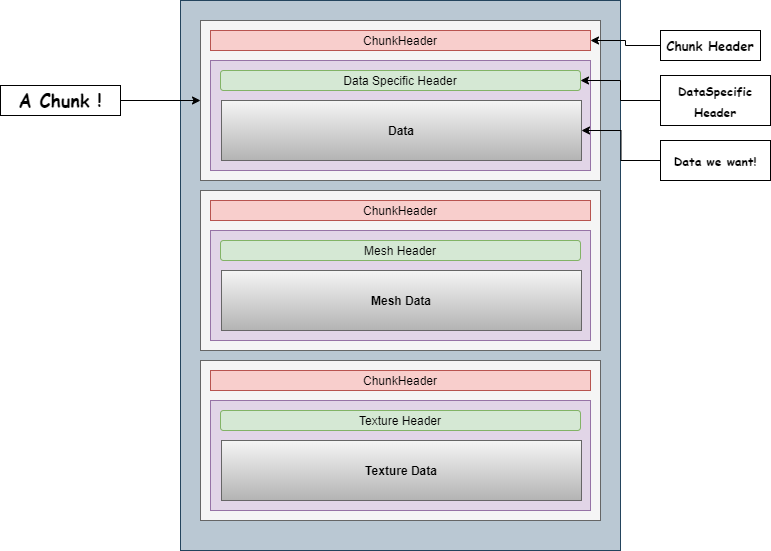
This is images/Yugen/YUGA.png from Erfan-Ahmadi/erfan-ahmadi.github.io, a draw.io export, as it was before one commit. Source tidied: cells renumbered, new cells last; positions are measured from the earlier drawing's top-left corner, leaving out a move shared by most shapes.
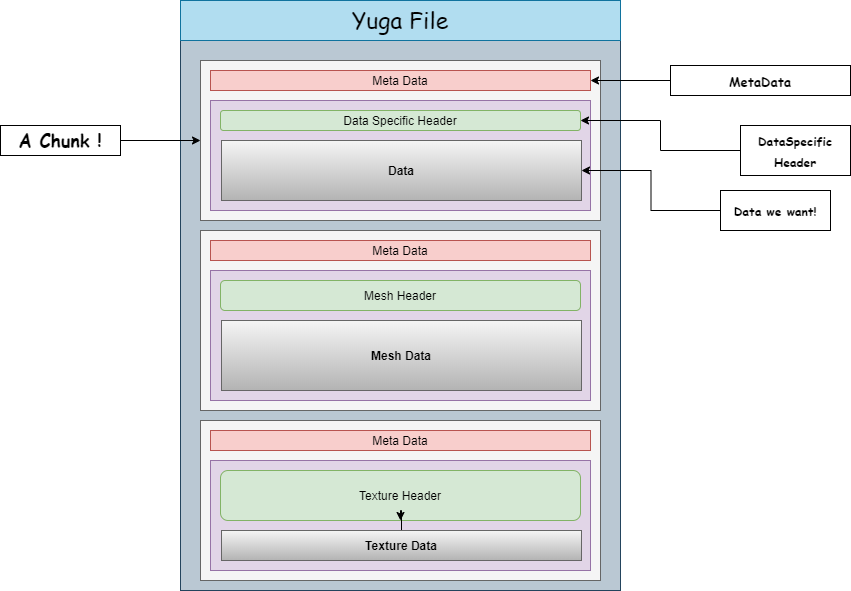
After the change.

Change to the diagram source:
```diff
@@ -8,7 +8,7 @@
     <mxCell id="3" style="rounded=0;whiteSpace=wrap;html=1;fillColor=#f5f5f5;strokeColor=#666666;fontColor=#333333;" parent="1" vertex="1">
       <mxGeometry x="200" y="20" width="400" height="160" as="geometry" />
     </mxCell>
-    <mxCell id="4" value="ChunkHeader" style="rounded=0;whiteSpace=wrap;html=1;strokeColor=#b85450;fillColor=#f8cecc;" parent="1" vertex="1">
+    <mxCell id="4" value="Meta Data" style="rounded=0;whiteSpace=wrap;html=1;strokeColor=#b85450;fillColor=#f8cecc;" parent="1" vertex="1">
       <mxGeometry x="210" y="30" width="380" height="20" as="geometry" />
     </mxCell>
     <mxCell id="5" style="rounded=0;whiteSpace=wrap;html=1;strokeColor=#9673a6;fillColor=#e1d5e7;" parent="1" vertex="1">
@@ -21,34 +21,37 @@
       <mxGeometry x="221" y="100" width="360" height="60" as="geometry" />
     </mxCell>
     <mxCell id="8" style="rounded=0;whiteSpace=wrap;html=1;fillColor=#f5f5f5;strokeColor=#666666;fontColor=#333333;" parent="1" vertex="1">
-      <mxGeometry x="200" y="190" width="400" height="160" as="geometry" />
+      <mxGeometry x="200" y="190" width="400" height="180" as="geometry" />
     </mxCell>
-    <mxCell id="9" value="ChunkHeader" style="rounded=0;whiteSpace=wrap;html=1;strokeColor=#b85450;fillColor=#f8cecc;" parent="1" vertex="1">
+    <mxCell id="9" value="Meta Data" style="rounded=0;whiteSpace=wrap;html=1;strokeColor=#b85450;fillColor=#f8cecc;" parent="1" vertex="1">
       <mxGeometry x="210" y="200" width="380" height="20" as="geometry" />
     </mxCell>
     <mxCell id="10" style="rounded=0;whiteSpace=wrap;html=1;strokeColor=#9673a6;fillColor=#e1d5e7;" parent="1" vertex="1">
-      <mxGeometry x="210" y="230" width="380" height="110" as="geometry" />
+      <mxGeometry x="210" y="230" width="380" height="130" as="geometry" />
     </mxCell>
     <mxCell id="11" value="Mesh Header" style="rounded=1;whiteSpace=wrap;html=1;strokeColor=#82b366;fillColor=#d5e8d4;" parent="1" vertex="1">
-      <mxGeometry x="220" y="240" width="360" height="20" as="geometry" />
+      <mxGeometry x="220" y="240" width="360" height="30" as="geometry" />
     </mxCell>
     <mxCell id="12" value="&lt;b&gt;Mesh Data&lt;/b&gt;" style="rounded=0;whiteSpace=wrap;html=1;strokeColor=#666666;fillColor=#f5f5f5;gradientColor=#b3b3b3;" parent="1" vertex="1">
-      <mxGeometry x="221" y="270" width="360" height="60" as="geometry" />
+      <mxGeometry x="221" y="280" width="360" height="70" as="geometry" />
     </mxCell>
     <mxCell id="13" style="rounded=0;whiteSpace=wrap;html=1;fillColor=#f5f5f5;strokeColor=#666666;fontColor=#333333;" parent="1" vertex="1">
-      <mxGeometry x="200" y="360" width="400" height="160" as="geometry" />
+      <mxGeometry x="200" y="380" width="400" height="160" as="geometry" />
     </mxCell>
-    <mxCell id="14" value="ChunkHeader" style="rounded=0;whiteSpace=wrap;html=1;strokeColor=#b85450;fillColor=#f8cecc;" parent="1" vertex="1">
-      <mxGeometry x="210" y="370" width="380" height="20" as="geometry" />
+    <mxCell id="14" value="Meta Data" style="rounded=0;whiteSpace=wrap;html=1;strokeColor=#b85450;fillColor=#f8cecc;" parent="1" vertex="1">
+      <mxGeometry x="210" y="390" width="380" height="20" as="geometry" />
     </mxCell>
     <mxCell id="15" style="rounded=0;whiteSpace=wrap;html=1;strokeColor=#9673a6;fillColor=#e1d5e7;" parent="1" vertex="1">
-      <mxGeometry x="210" y="400" width="380" height="110" as="geometry" />
+      <mxGeometry x="210" y="420" width="380" height="110" as="geometry" />
     </mxCell>
     <mxCell id="16" value="Texture Header" style="rounded=1;whiteSpace=wrap;html=1;strokeColor=#82b366;fillColor=#d5e8d4;" parent="1" vertex="1">
-      <mxGeometry x="220" y="410" width="360" height="20" as="geometry" />
+      <mxGeometry x="220" y="430" width="360" height="50" as="geometry" />
     </mxCell>
+    <mxCell id="26" style="edgeStyle=orthogonalEdgeStyle;curved=0;rounded=0;sketch=0;jettySize=auto;html=1;" parent="1" edge="1" source="17" target="16">
+      <mxGeometry relative="1" as="geometry" />
+    </mxCell>
     <mxCell id="17" value="&lt;b&gt;Texture Data&lt;/b&gt;" style="rounded=0;whiteSpace=wrap;html=1;strokeColor=#666666;fillColor=#f5f5f5;gradientColor=#b3b3b3;" parent="1" vertex="1">
-      <mxGeometry x="221" y="440" width="360" height="60" as="geometry" />
+      <mxGeometry x="221" y="490" width="360" height="30" as="geometry" />
     </mxCell>
     <mxCell id="18" style="edgeStyle=orthogonalEdgeStyle;rounded=0;jettySize=auto;html=1;entryX=0;entryY=0.5;entryDx=0;entryDy=0;fillColor=#ffffff;" parent="1" edge="1" source="25" target="3">
       <mxGeometry relative="1" as="geometry" />
@@ -56,23 +59,26 @@
     <mxCell id="19" style="edgeStyle=orthogonalEdgeStyle;rounded=0;jettySize=auto;html=1;fillColor=#ffffff;" parent="1" edge="1" source="20" target="4">
       <mxGeometry relative="1" as="geometry" />
     </mxCell>
-    <mxCell id="20" value="&lt;h2&gt;&lt;font face=&quot;Comic Sans MS&quot; style=&quot;font-size: 13px&quot;&gt;Chunk Header&lt;/font&gt;&lt;/h2&gt;" style="rounded=0;whiteSpace=wrap;html=1;fillColor=none;" parent="1" vertex="1">
-      <mxGeometry x="660" y="30" width="100" height="30" as="geometry" />
+    <mxCell id="20" value="&lt;h2&gt;&lt;font face=&quot;Comic Sans MS&quot;&gt;&lt;span style=&quot;font-size: 13px&quot;&gt;MetaData&lt;/span&gt;&lt;/font&gt;&lt;/h2&gt;" style="rounded=0;whiteSpace=wrap;html=1;fillColor=none;" parent="1" vertex="1">
+      <mxGeometry x="670" y="25" width="180" height="30" as="geometry" />
     </mxCell>
     <mxCell id="21" style="edgeStyle=orthogonalEdgeStyle;rounded=0;jettySize=auto;html=1;fillColor=#ffffff;" parent="1" edge="1" source="22" target="7">
       <mxGeometry relative="1" as="geometry" />
     </mxCell>
     <mxCell id="22" value="&lt;h2&gt;&lt;font face=&quot;Comic Sans MS&quot; style=&quot;font-size: 12px&quot;&gt;Data we want!&lt;/font&gt;&lt;/h2&gt;" style="rounded=0;whiteSpace=wrap;html=1;fillColor=none;" parent="1" vertex="1">
-      <mxGeometry x="660" y="140" width="110" height="40" as="geometry" />
+      <mxGeometry x="720" y="150" width="110" height="40" as="geometry" />
     </mxCell>
     <mxCell id="23" style="edgeStyle=orthogonalEdgeStyle;rounded=0;jettySize=auto;html=1;fillColor=#ffffff;" parent="1" edge="1" source="24" target="6">
       <mxGeometry relative="1" as="geometry" />
     </mxCell>
     <mxCell id="24" value="&lt;h2&gt;&lt;font face=&quot;Comic Sans MS&quot; style=&quot;font-size: 12px&quot;&gt;DataSpecific Header&lt;/font&gt;&lt;/h2&gt;" style="rounded=0;whiteSpace=wrap;html=1;fillColor=none;" parent="1" vertex="1">
-      <mxGeometry x="660" y="75" width="110" height="50" as="geometry" />
+      <mxGeometry x="740" y="85" width="110" height="50" as="geometry" />
     </mxCell>
     <mxCell id="25" value="&lt;h2&gt;&lt;font face=&quot;Comic Sans MS&quot;&gt;A Chunk !&lt;/font&gt;&lt;/h2&gt;" style="rounded=0;whiteSpace=wrap;html=1;fillColor=none;" parent="1" vertex="1">
       <mxGeometry y="85" width="120" height="30" as="geometry" />
     </mxCell>
+    <mxCell id="27" value="&lt;font face=&quot;Comic Sans MS&quot; style=&quot;font-size: 23px&quot;&gt;Yuga File&lt;/font&gt;" style="text;html=1;strokeColor=#10739e;fillColor=#b1ddf0;align=center;verticalAlign=middle;whiteSpace=wrap;rounded=0;sketch=0;" parent="1" vertex="1">
+      <mxGeometry x="180" y="-40" width="440" height="40" as="geometry" />
+    </mxCell>
   </root>
 </mxGraphModel>
```
